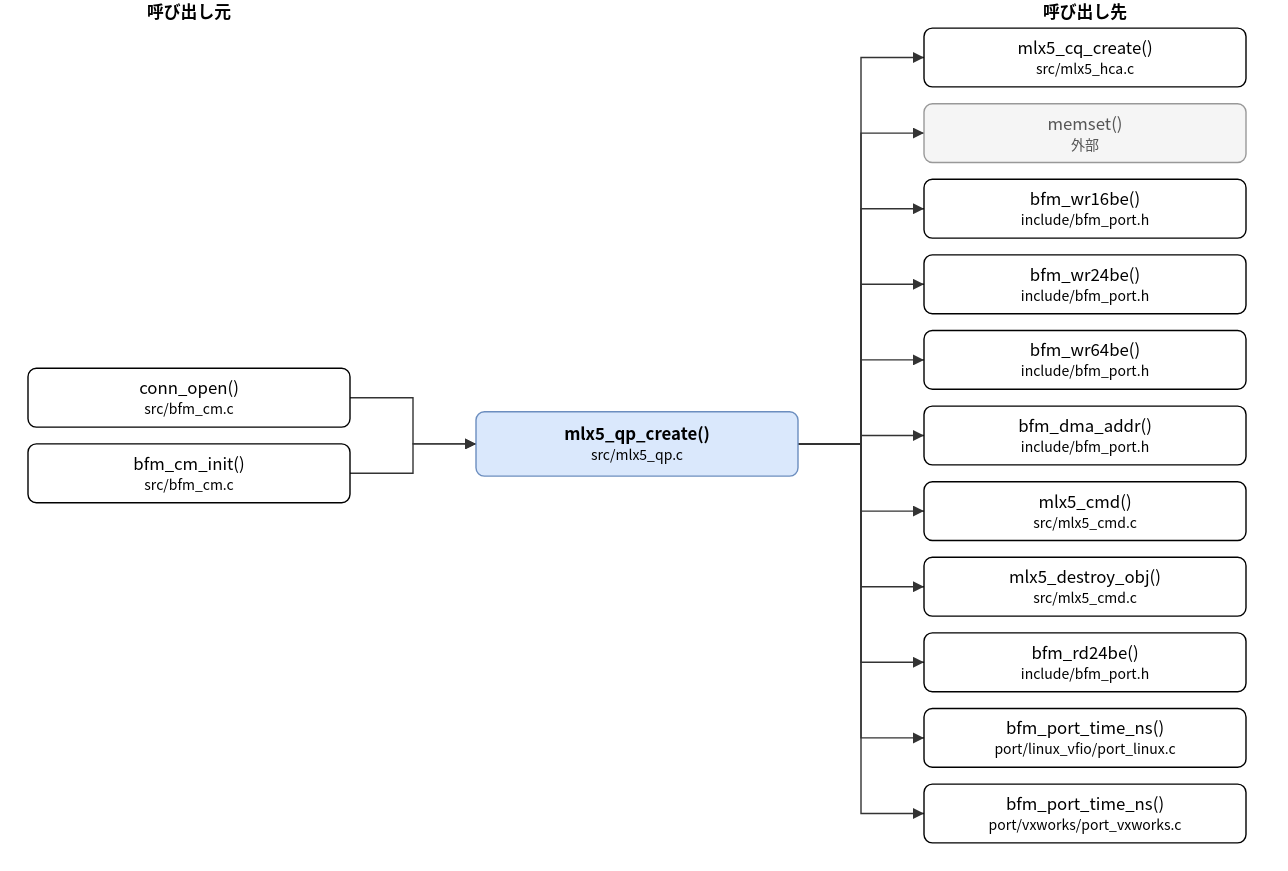
hf355051012-ai/bfmem keeps this draw.io diagram as doc/spec/images/call_src_mlx5_qp-mlx5_qp_create.drawio.svg. Above is the earlier version. Source tidied: cells renumbered, new cells last; positions are measured from the earlier drawing's top-left corner, leaving out a move shared by most shapes.
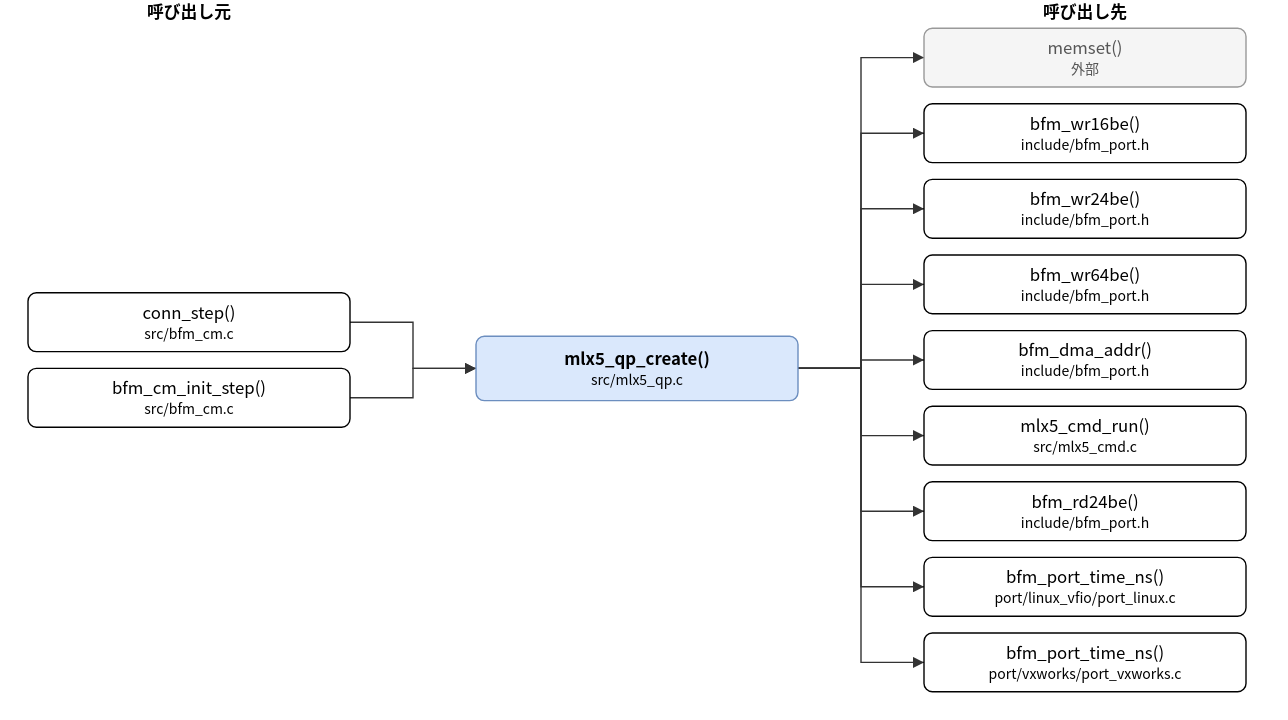
The same diagram one commit later.

Diff of the diagram source:
```diff
@@ -3,67 +3,61 @@
     <mxCell id="0" />
     <mxCell id="1" parent="0" />
     <mxCell id="2" value="mlx5_qp_create()&lt;br&gt;&lt;font style=&quot;font-size:10px&quot;&gt;src/mlx5_qp.c&lt;/font&gt;" style="rounded=1;whiteSpace=wrap;html=1;fillColor=#dae8fc;strokeColor=#6c8ebf;fontStyle=1;" parent="1" vertex="1">
-      <mxGeometry x="320" y="294" width="230" height="46" as="geometry" />
+      <mxGeometry x="320" y="240" width="230" height="46" as="geometry" />
     </mxCell>
-    <mxCell id="3" value="conn_open()&lt;br&gt;&lt;font style=&quot;font-size:10px&quot;&gt;src/bfm_cm.c&lt;/font&gt;" style="rounded=1;whiteSpace=wrap;html=1;" parent="1" vertex="1">
-      <mxGeometry y="263" width="230" height="42" as="geometry" />
+    <mxCell id="3" value="conn_step()&lt;br&gt;&lt;font style=&quot;font-size:10px&quot;&gt;src/bfm_cm.c&lt;/font&gt;" style="rounded=1;whiteSpace=wrap;html=1;" parent="1" vertex="1">
+      <mxGeometry y="209" width="230" height="42" as="geometry" />
     </mxCell>
-    <mxCell id="4" value="bfm_cm_init()&lt;br&gt;&lt;font style=&quot;font-size:10px&quot;&gt;src/bfm_cm.c&lt;/font&gt;" style="rounded=1;whiteSpace=wrap;html=1;" parent="1" vertex="1">
-      <mxGeometry y="317" width="230" height="42" as="geometry" />
+    <mxCell id="4" value="bfm_cm_init_step()&lt;br&gt;&lt;font style=&quot;font-size:10px&quot;&gt;src/bfm_cm.c&lt;/font&gt;" style="rounded=1;whiteSpace=wrap;html=1;" parent="1" vertex="1">
+      <mxGeometry y="263" width="230" height="42" as="geometry" />
     </mxCell>
-    <mxCell id="5" value="mlx5_cq_create()&lt;br&gt;&lt;font style=&quot;font-size:10px&quot;&gt;src/mlx5_hca.c&lt;/font&gt;" style="rounded=1;whiteSpace=wrap;html=1;" parent="1" vertex="1">
+    <mxCell id="5" value="memset()&lt;br&gt;&lt;font style=&quot;font-size:10px&quot;&gt;外部&lt;/font&gt;" style="rounded=1;whiteSpace=wrap;html=1;fillColor=#f5f5f5;strokeColor=#999999;fontColor=#555555;" parent="1" vertex="1">
       <mxGeometry x="640" y="20" width="230" height="42" as="geometry" />
     </mxCell>
-    <mxCell id="6" value="memset()&lt;br&gt;&lt;font style=&quot;font-size:10px&quot;&gt;外部&lt;/font&gt;" style="rounded=1;whiteSpace=wrap;html=1;fillColor=#f5f5f5;strokeColor=#999999;fontColor=#555555;" parent="1" vertex="1">
+    <mxCell id="6" value="bfm_wr16be()&lt;br&gt;&lt;font style=&quot;font-size:10px&quot;&gt;include/bfm_port.h&lt;/font&gt;" style="rounded=1;whiteSpace=wrap;html=1;" parent="1" vertex="1">
       <mxGeometry x="640" y="74" width="230" height="42" as="geometry" />
     </mxCell>
-    <mxCell id="7" value="bfm_wr16be()&lt;br&gt;&lt;font style=&quot;font-size:10px&quot;&gt;include/bfm_port.h&lt;/font&gt;" style="rounded=1;whiteSpace=wrap;html=1;" parent="1" vertex="1">
+    <mxCell id="7" value="bfm_wr24be()&lt;br&gt;&lt;font style=&quot;font-size:10px&quot;&gt;include/bfm_port.h&lt;/font&gt;" style="rounded=1;whiteSpace=wrap;html=1;" parent="1" vertex="1">
       <mxGeometry x="640" y="128" width="230" height="42" as="geometry" />
     </mxCell>
-    <mxCell id="8" value="bfm_wr24be()&lt;br&gt;&lt;font style=&quot;font-size:10px&quot;&gt;include/bfm_port.h&lt;/font&gt;" style="rounded=1;whiteSpace=wrap;html=1;" parent="1" vertex="1">
+    <mxCell id="8" value="bfm_wr64be()&lt;br&gt;&lt;font style=&quot;font-size:10px&quot;&gt;include/bfm_port.h&lt;/font&gt;" style="rounded=1;whiteSpace=wrap;html=1;" parent="1" vertex="1">
       <mxGeometry x="640" y="182" width="230" height="42" as="geometry" />
     </mxCell>
-    <mxCell id="9" value="bfm_wr64be()&lt;br&gt;&lt;font style=&quot;font-size:10px&quot;&gt;include/bfm_port.h&lt;/font&gt;" style="rounded=1;whiteSpace=wrap;html=1;" parent="1" vertex="1">
+    <mxCell id="9" value="bfm_dma_addr()&lt;br&gt;&lt;font style=&quot;font-size:10px&quot;&gt;include/bfm_port.h&lt;/font&gt;" style="rounded=1;whiteSpace=wrap;html=1;" parent="1" vertex="1">
       <mxGeometry x="640" y="236" width="230" height="42" as="geometry" />
     </mxCell>
-    <mxCell id="10" value="bfm_dma_addr()&lt;br&gt;&lt;font style=&quot;font-size:10px&quot;&gt;include/bfm_port.h&lt;/font&gt;" style="rounded=1;whiteSpace=wrap;html=1;" parent="1" vertex="1">
+    <mxCell id="10" value="mlx5_cmd_run()&lt;br&gt;&lt;font style=&quot;font-size:10px&quot;&gt;src/mlx5_cmd.c&lt;/font&gt;" style="rounded=1;whiteSpace=wrap;html=1;" parent="1" vertex="1">
       <mxGeometry x="640" y="290" width="230" height="42" as="geometry" />
     </mxCell>
-    <mxCell id="11" value="mlx5_cmd()&lt;br&gt;&lt;font style=&quot;font-size:10px&quot;&gt;src/mlx5_cmd.c&lt;/font&gt;" style="rounded=1;whiteSpace=wrap;html=1;" parent="1" vertex="1">
+    <mxCell id="11" value="bfm_rd24be()&lt;br&gt;&lt;font style=&quot;font-size:10px&quot;&gt;include/bfm_port.h&lt;/font&gt;" style="rounded=1;whiteSpace=wrap;html=1;" parent="1" vertex="1">
       <mxGeometry x="640" y="344" width="230" height="42" as="geometry" />
     </mxCell>
-    <mxCell id="12" value="mlx5_destroy_obj()&lt;br&gt;&lt;font style=&quot;font-size:10px&quot;&gt;src/mlx5_cmd.c&lt;/font&gt;" style="rounded=1;whiteSpace=wrap;html=1;" parent="1" vertex="1">
+    <mxCell id="12" value="bfm_port_time_ns()&lt;br&gt;&lt;font style=&quot;font-size:10px&quot;&gt;port/linux_vfio/port_linux.c&lt;/font&gt;" style="rounded=1;whiteSpace=wrap;html=1;" parent="1" vertex="1">
       <mxGeometry x="640" y="398" width="230" height="42" as="geometry" />
     </mxCell>
-    <mxCell id="13" value="bfm_rd24be()&lt;br&gt;&lt;font style=&quot;font-size:10px&quot;&gt;include/bfm_port.h&lt;/font&gt;" style="rounded=1;whiteSpace=wrap;html=1;" parent="1" vertex="1">
+    <mxCell id="13" value="bfm_port_time_ns()&lt;br&gt;&lt;font style=&quot;font-size:10px&quot;&gt;port/vxworks/port_vxworks.c&lt;/font&gt;" style="rounded=1;whiteSpace=wrap;html=1;" parent="1" vertex="1">
       <mxGeometry x="640" y="452" width="230" height="42" as="geometry" />
     </mxCell>
-    <mxCell id="14" value="bfm_port_time_ns()&lt;br&gt;&lt;font style=&quot;font-size:10px&quot;&gt;port/linux_vfio/port_linux.c&lt;/font&gt;" style="rounded=1;whiteSpace=wrap;html=1;" parent="1" vertex="1">
-      <mxGeometry x="640" y="506" width="230" height="42" as="geometry" />
-    </mxCell>
-    <mxCell id="15" value="bfm_port_time_ns()&lt;br&gt;&lt;font style=&quot;font-size:10px&quot;&gt;port/vxworks/port_vxworks.c&lt;/font&gt;" style="rounded=1;whiteSpace=wrap;html=1;" parent="1" vertex="1">
-      <mxGeometry x="640" y="560" width="230" height="42" as="geometry" />
-    </mxCell>
     <mxCell id="16" style="edgeStyle=none;html=1;rounded=0;endArrow=block;endFill=1;exitX=1.0000;exitY=0.5000;exitDx=0;exitDy=0;exitPerimeter=0;entryX=0.0000;entryY=0.5000;entryDx=0;entryDy=0;entryPerimeter=0;" parent="1" edge="1" source="3" target="2">
       <mxGeometry relative="1" as="geometry">
         <Array as="points">
-          <mxPoint x="275" y="284" />
-          <mxPoint x="275" y="317" />
+          <mxPoint x="275" y="230" />
+          <mxPoint x="275" y="263" />
         </Array>
       </mxGeometry>
     </mxCell>
     <mxCell id="17" style="edgeStyle=none;html=1;rounded=0;endArrow=block;endFill=1;exitX=1.0000;exitY=0.5000;exitDx=0;exitDy=0;exitPerimeter=0;entryX=0.0000;entryY=0.5000;entryDx=0;entryDy=0;entryPerimeter=0;" parent="1" edge="1" source="4" target="2">
       <mxGeometry relative="1" as="geometry">
         <Array as="points">
-          <mxPoint x="275" y="338" />
-          <mxPoint x="275" y="317" />
+          <mxPoint x="275" y="284" />
+          <mxPoint x="275" y="263" />
         </Array>
       </mxGeometry>
     </mxCell>
     <mxCell id="18" style="edgeStyle=none;html=1;rounded=0;endArrow=block;endFill=1;exitX=1.0000;exitY=0.5000;exitDx=0;exitDy=0;exitPerimeter=0;entryX=0.0000;entryY=0.5000;entryDx=0;entryDy=0;entryPerimeter=0;" parent="1" edge="1" source="2" target="5">
       <mxGeometry relative="1" as="geometry">
         <Array as="points">
-          <mxPoint x="595" y="317" />
+          <mxPoint x="595" y="263" />
           <mxPoint x="595" y="41" />
         </Array>
       </mxGeometry>
@@ -71,7 +65,7 @@
     <mxCell id="19" style="edgeStyle=none;html=1;rounded=0;endArrow=block;endFill=1;exitX=1.0000;exitY=0.5000;exitDx=0;exitDy=0;exitPerimeter=0;entryX=0.0000;entryY=0.5000;entryDx=0;entryDy=0;entryPerimeter=0;" parent="1" edge="1" source="2" target="6">
       <mxGeometry relative="1" as="geometry">
         <Array as="points">
-          <mxPoint x="595" y="317" />
+          <mxPoint x="595" y="263" />
           <mxPoint x="595" y="95" />
         </Array>
       </mxGeometry>
@@ -79,7 +73,7 @@
     <mxCell id="20" style="edgeStyle=none;html=1;rounded=0;endArrow=block;endFill=1;exitX=1.0000;exitY=0.5000;exitDx=0;exitDy=0;exitPerimeter=0;entryX=0.0000;entryY=0.5000;entryDx=0;entryDy=0;entryPerimeter=0;" parent="1" edge="1" source="2" target="7">
       <mxGeometry relative="1" as="geometry">
         <Array as="points">
-          <mxPoint x="595" y="317" />
+          <mxPoint x="595" y="263" />
           <mxPoint x="595" y="149" />
         </Array>
       </mxGeometry>
@@ -87,7 +81,7 @@
     <mxCell id="21" style="edgeStyle=none;html=1;rounded=0;endArrow=block;endFill=1;exitX=1.0000;exitY=0.5000;exitDx=0;exitDy=0;exitPerimeter=0;entryX=0.0000;entryY=0.5000;entryDx=0;entryDy=0;entryPerimeter=0;" parent="1" edge="1" source="2" target="8">
       <mxGeometry relative="1" as="geometry">
         <Array as="points">
-          <mxPoint x="595" y="317" />
+          <mxPoint x="595" y="263" />
           <mxPoint x="595" y="203" />
         </Array>
       </mxGeometry>
@@ -95,7 +89,7 @@
     <mxCell id="22" style="edgeStyle=none;html=1;rounded=0;endArrow=block;endFill=1;exitX=1.0000;exitY=0.5000;exitDx=0;exitDy=0;exitPerimeter=0;entryX=0.0000;entryY=0.5000;entryDx=0;entryDy=0;entryPerimeter=0;" parent="1" edge="1" source="2" target="9">
       <mxGeometry relative="1" as="geometry">
         <Array as="points">
-          <mxPoint x="595" y="317" />
+          <mxPoint x="595" y="263" />
           <mxPoint x="595" y="257" />
         </Array>
       </mxGeometry>
@@ -103,7 +97,7 @@
     <mxCell id="23" style="edgeStyle=none;html=1;rounded=0;endArrow=block;endFill=1;exitX=1.0000;exitY=0.5000;exitDx=0;exitDy=0;exitPerimeter=0;entryX=0.0000;entryY=0.5000;entryDx=0;entryDy=0;entryPerimeter=0;" parent="1" edge="1" source="2" target="10">
       <mxGeometry relative="1" as="geometry">
         <Array as="points">
-          <mxPoint x="595" y="317" />
+          <mxPoint x="595" y="263" />
           <mxPoint x="595" y="311" />
         </Array>
       </mxGeometry>
@@ -111,7 +105,7 @@
     <mxCell id="24" style="edgeStyle=none;html=1;rounded=0;endArrow=block;endFill=1;exitX=1.0000;exitY=0.5000;exitDx=0;exitDy=0;exitPerimeter=0;entryX=0.0000;entryY=0.5000;entryDx=0;entryDy=0;entryPerimeter=0;" parent="1" edge="1" source="2" target="11">
       <mxGeometry relative="1" as="geometry">
         <Array as="points">
-          <mxPoint x="595" y="317" />
+          <mxPoint x="595" y="263" />
           <mxPoint x="595" y="365" />
         </Array>
       </mxGeometry>
@@ -119,7 +113,7 @@
     <mxCell id="25" style="edgeStyle=none;html=1;rounded=0;endArrow=block;endFill=1;exitX=1.0000;exitY=0.5000;exitDx=0;exitDy=0;exitPerimeter=0;entryX=0.0000;entryY=0.5000;entryDx=0;entryDy=0;entryPerimeter=0;" parent="1" edge="1" source="2" target="12">
       <mxGeometry relative="1" as="geometry">
         <Array as="points">
-          <mxPoint x="595" y="317" />
+          <mxPoint x="595" y="263" />
           <mxPoint x="595" y="419" />
         </Array>
       </mxGeometry>
@@ -127,27 +121,11 @@
     <mxCell id="26" style="edgeStyle=none;html=1;rounded=0;endArrow=block;endFill=1;exitX=1.0000;exitY=0.5000;exitDx=0;exitDy=0;exitPerimeter=0;entryX=0.0000;entryY=0.5000;entryDx=0;entryDy=0;entryPerimeter=0;" parent="1" edge="1" source="2" target="13">
       <mxGeometry relative="1" as="geometry">
         <Array as="points">
-          <mxPoint x="595" y="317" />
+          <mxPoint x="595" y="263" />
           <mxPoint x="595" y="473" />
         </Array>
       </mxGeometry>
     </mxCell>
-    <mxCell id="27" style="edgeStyle=none;html=1;rounded=0;endArrow=block;endFill=1;exitX=1.0000;exitY=0.5000;exitDx=0;exitDy=0;exitPerimeter=0;entryX=0.0000;entryY=0.5000;entryDx=0;entryDy=0;entryPerimeter=0;" parent="1" edge="1" source="2" target="14">
-      <mxGeometry relative="1" as="geometry">
-        <Array as="points">
-          <mxPoint x="595" y="317" />
-          <mxPoint x="595" y="527" />
-        </Array>
-      </mxGeometry>
-    </mxCell>
-    <mxCell id="28" style="edgeStyle=none;html=1;rounded=0;endArrow=block;endFill=1;exitX=1.0000;exitY=0.5000;exitDx=0;exitDy=0;exitPerimeter=0;entryX=0.0000;entryY=0.5000;entryDx=0;entryDy=0;entryPerimeter=0;" parent="1" edge="1" source="2" target="15">
-      <mxGeometry relative="1" as="geometry">
-        <Array as="points">
-          <mxPoint x="595" y="317" />
-          <mxPoint x="595" y="581" />
-        </Array>
-      </mxGeometry>
-    </mxCell>
     <mxCell id="29" value="呼び出し元" style="text;html=1;align=center;fontStyle=1;" parent="1" vertex="1">
       <mxGeometry x="35" width="160" height="18" as="geometry" />
     </mxCell>
```
